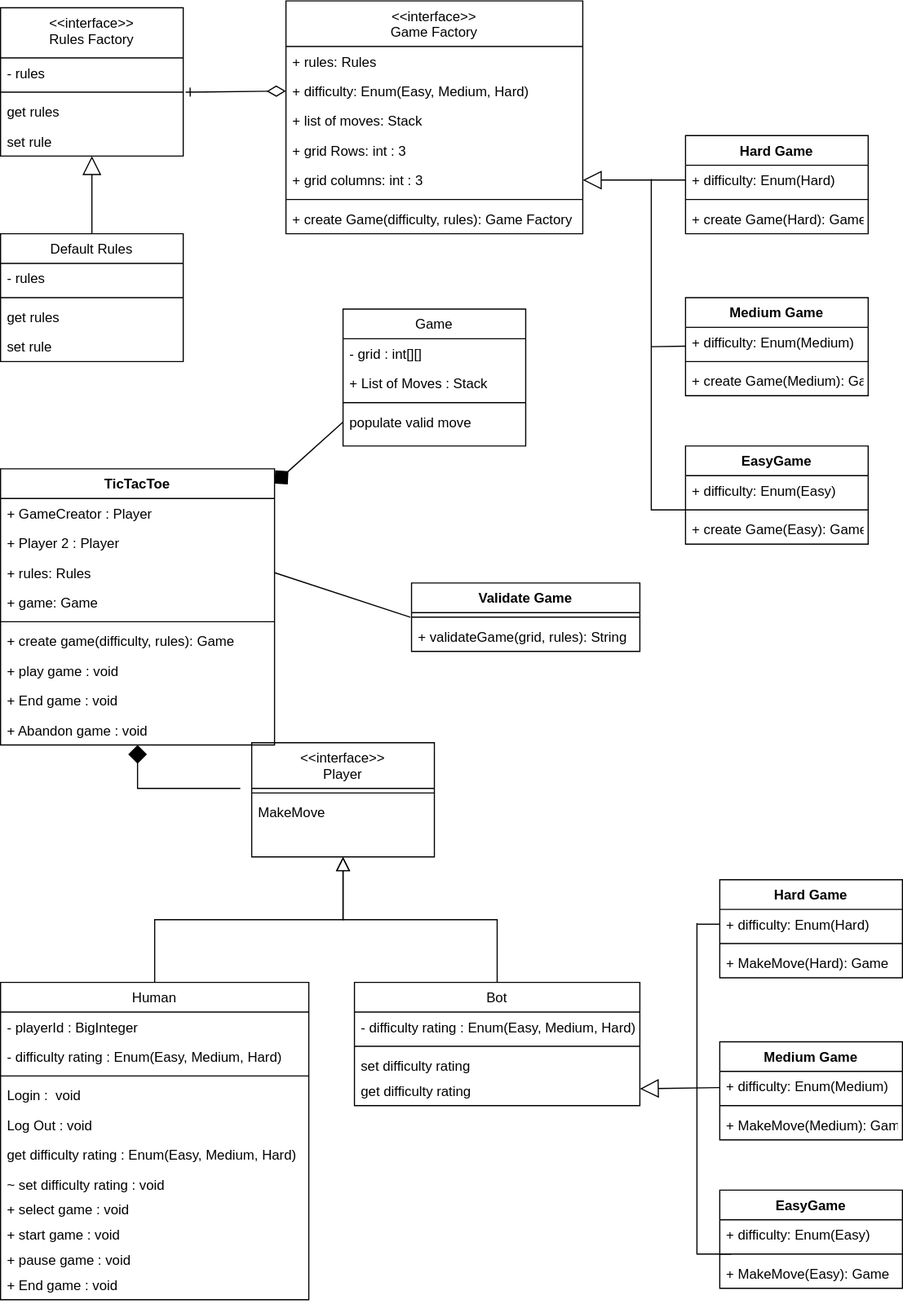
Before: tic-tac-toe-solution/TicTacToe_ClassDiagram.drawio.svg, a diagram exported from draw.io (batman-that-laughs/scaler-assignment-solutions). Source tidied: cells renumbered, new cells last; positions are measured from the earlier drawing's top-left corner, leaving out a move shared by most shapes.
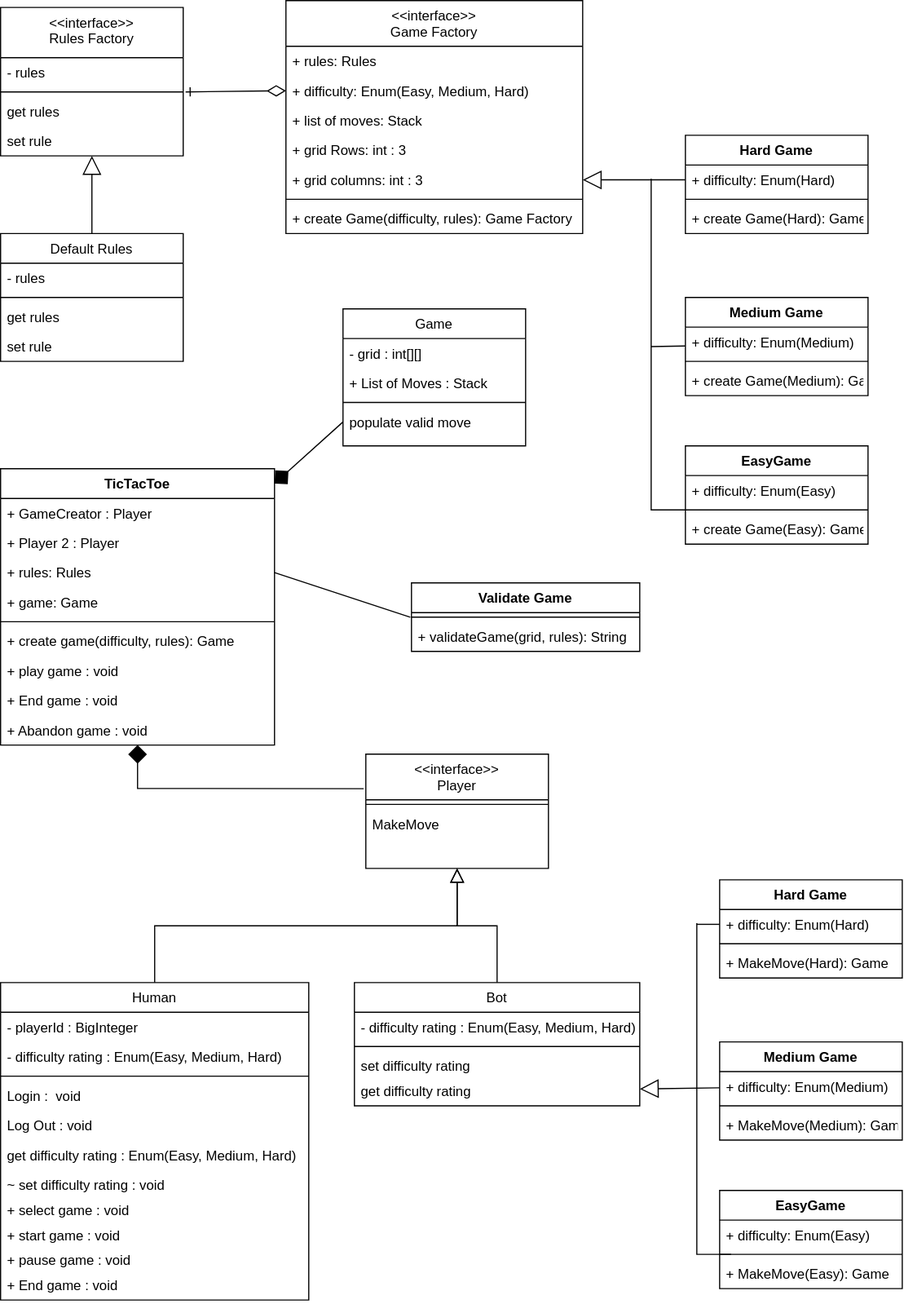
Later version of the same file.

The edit, as a diff of the source:
```diff
@@ -3,7 +3,7 @@
     <mxCell id="0" />
     <mxCell id="1" parent="0" />
     <mxCell id="2" value="&lt;&lt;interface&gt;&gt;&#10;Player" style="swimlane;fontStyle=0;align=center;verticalAlign=top;horizontal=1;startSize=40;rounded=0;shadow=0;strokeWidth=1;" parent="1" vertex="1">
-      <mxGeometry x="220" y="650" width="160" height="100" as="geometry" />
+      <mxGeometry x="320" y="660" width="160" height="100" as="geometry" />
     </mxCell>
     <mxCell id="3" style="line;strokeWidth=1;fillColor=none;align=left;verticalAlign=middle;spacingTop=-1;spacingLeft=3;spacingRight=3;labelPosition=right;" parent="2" vertex="1">
       <mxGeometry y="40" width="160" height="8" as="geometry" />
@@ -164,9 +164,8 @@
     <mxCell id="55" value="+ create Game(Easy): Game" style="text;strokeColor=none;fillColor=none;align=left;verticalAlign=top;spacingLeft=4;spacingRight=4;overflow=hidden;" parent="52" vertex="1">
       <mxGeometry y="60" width="160" height="26" as="geometry" />
     </mxCell>
-    <mxCell id="56" style="edgeStyle=none;rounded=0;jettySize=auto;html=1;startArrow=none;startFill=0;endArrow=diamond;endFill=1;endSize=14;strokeWidth=1;" parent="1" edge="1" target="57">
+    <mxCell id="56" style="edgeStyle=none;rounded=0;jettySize=auto;html=1;startArrow=none;startFill=0;endArrow=diamond;endFill=1;endSize=14;strokeWidth=1;exitX=-0.012;exitY=0.302;exitDx=0;exitDy=0;exitPerimeter=0;" parent="1" edge="1" source="2" target="57">
       <mxGeometry relative="1" as="geometry">
-        <mxPoint x="210" y="690" as="sourcePoint" />
         <Array as="points">
           <mxPoint x="120" y="690" />
         </Array>
```
